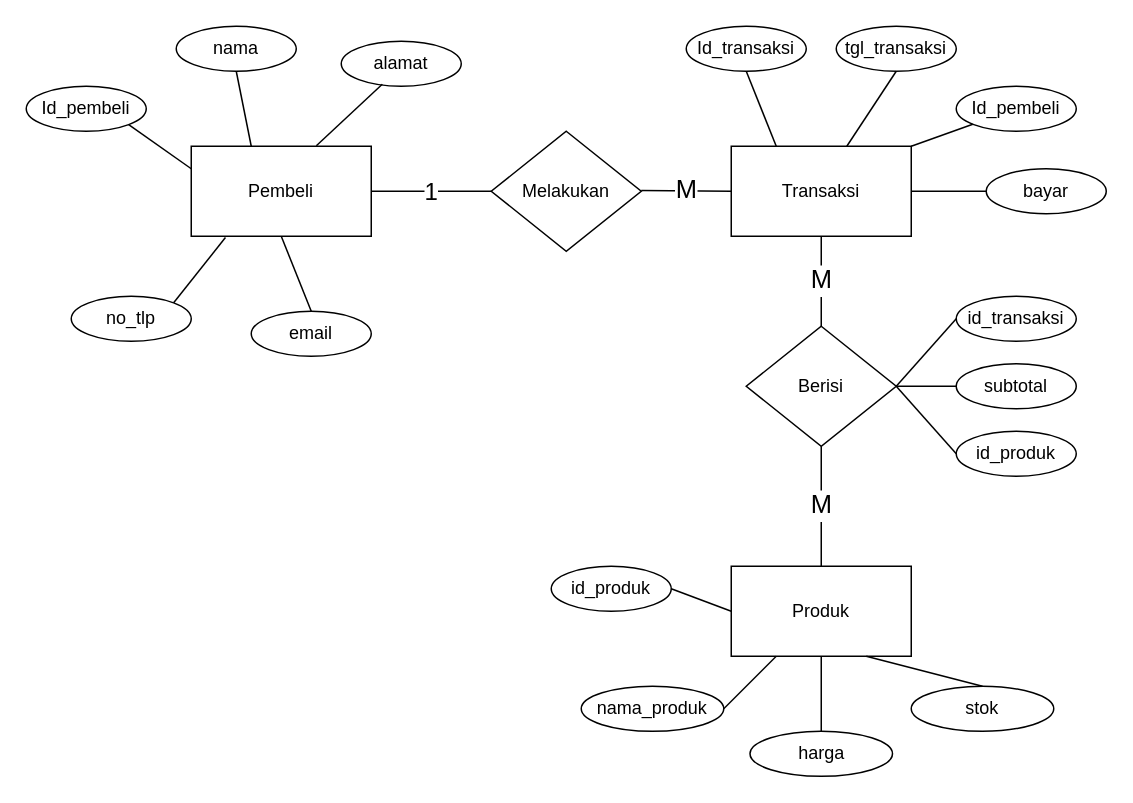
Above: Untitled Diagram.drawio in Mortred-ai/BAN_PT (draw.io), before the change. Source tidied: cells renumbered, new cells numbered last; positions are measured from the earlier drawing's top-left corner, leaving out a move shared by most shapes. Both pictures are drawn from the tidied source at 150%, with x=0, y=0 at pixel (26, 26).
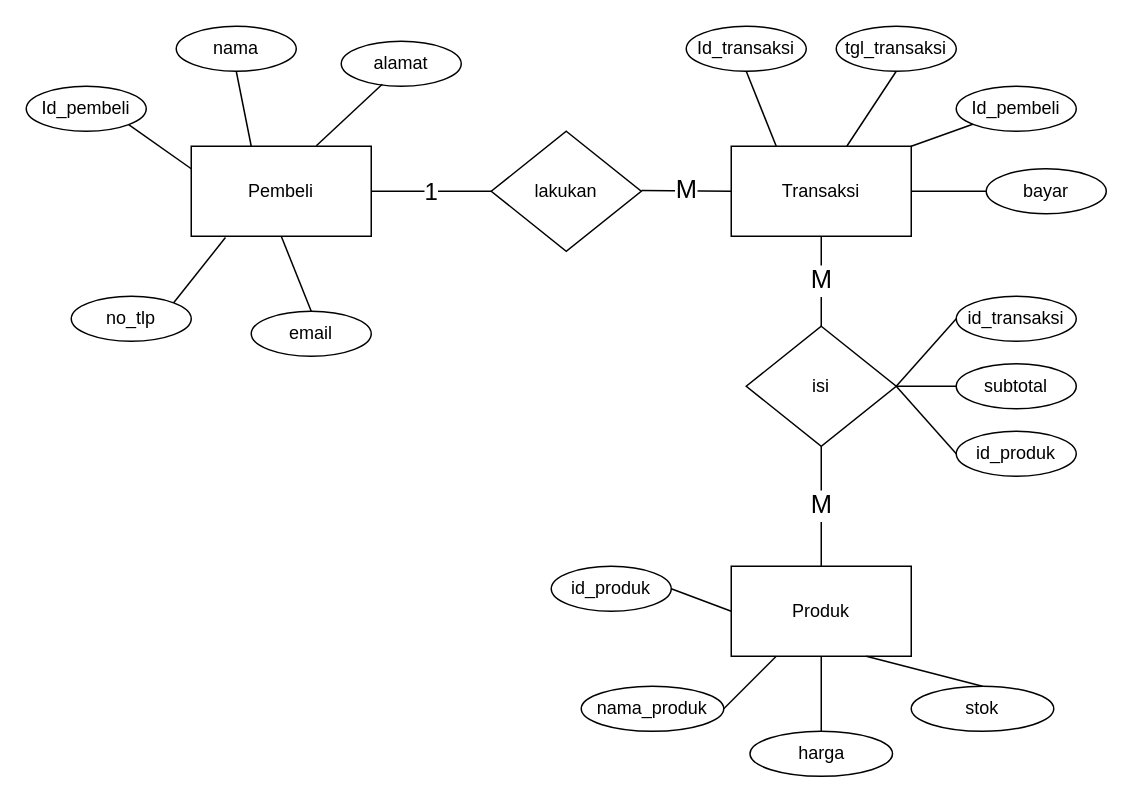
After the change.

What changed in the source:
```diff
@@
-    <mxCell id="3" value="Melakukan" style="rhombus;whiteSpace=wrap;html=1;" parent="1" vertex="1">
+    <mxCell id="3" value="lakukan" style="rhombus;whiteSpace=wrap;html=1;" parent="1" vertex="1">
       <mxGeometry x="310" y="70" width="100" height="80" as="geometry" />
     </mxCell>
@@
-    <mxCell id="7" value="Berisi" style="rhombus;whiteSpace=wrap;html=1;" parent="1" vertex="1">
+    <mxCell id="7" value="isi" style="rhombus;whiteSpace=wrap;html=1;" parent="1" vertex="1">
       <mxGeometry x="480" y="200" width="100" height="80" as="geometry" />
     </mxCell>
```
